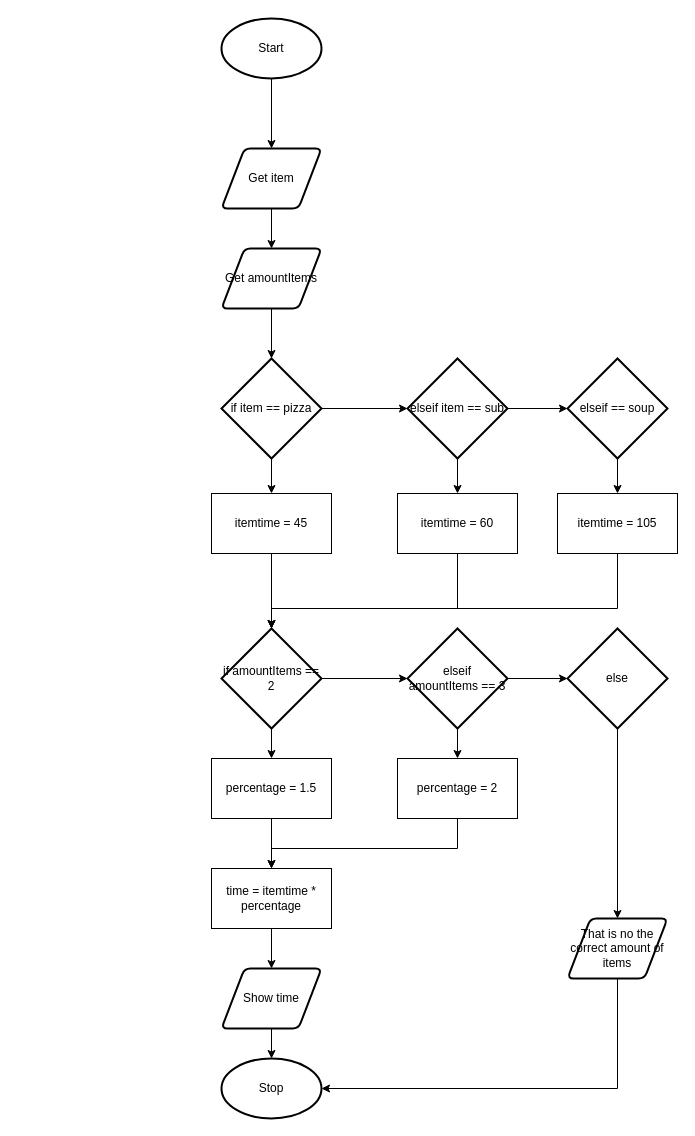
Before: design/flowchart.drawio in michael-clermont1/ics4u-unit1-03-typescript, a draw.io diagram. Source tidied: cells renumbered, new cells numbered last; positions are measured from the earlier drawing's top-left corner, leaving out a move shared by most shapes. Both pictures are drawn from the tidied source at 100%, with x=0, y=0 at pixel (211, 18).
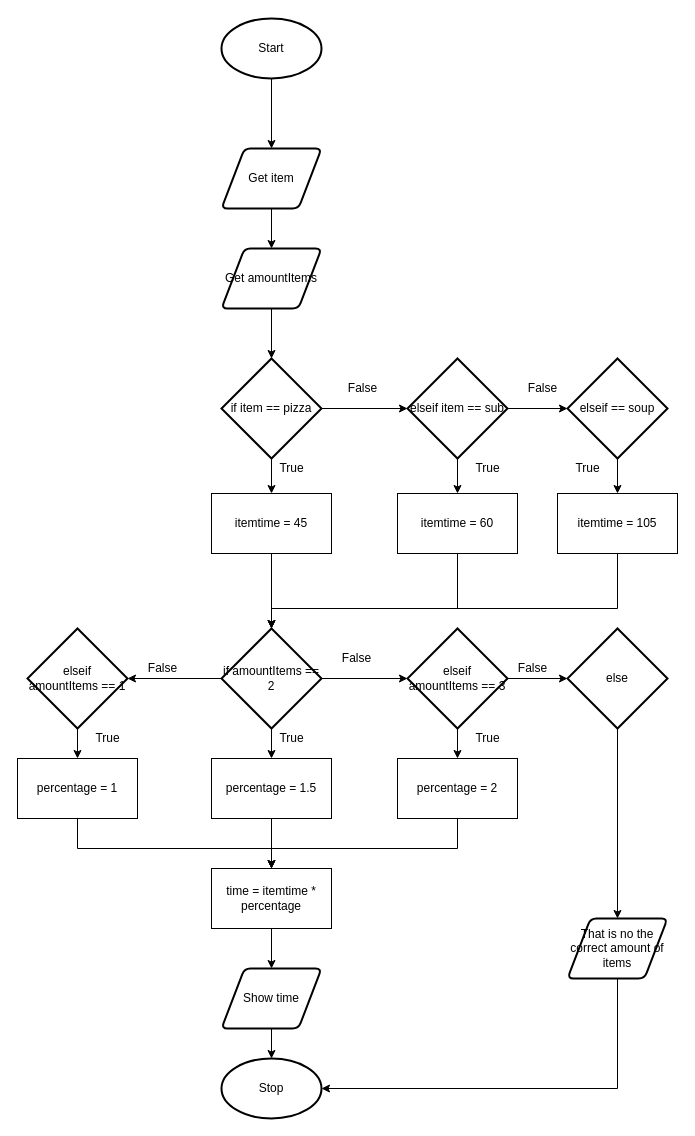
The same diagram, later.

Unchanged cells that the change refers to:
```xml
<mxCell id="10" value="if item == pizza" style="strokeWidth=2;html=1;shape=mxgraph.flowchart.decision;whiteSpace=wrap;" parent="1" vertex="1">
  <mxGeometry x="10" y="340" width="100" height="100" as="geometry" />
</mxCell>
<mxCell id="12" value="itemtime = 45" style="rounded=0;whiteSpace=wrap;html=1;" parent="1" vertex="1">
  <mxGeometry y="475" width="120" height="60" as="geometry" />
</mxCell>
<mxCell id="24" value="if amountItems == 2" style="strokeWidth=2;html=1;shape=mxgraph.flowchart.decision;whiteSpace=wrap;" parent="1" vertex="1">
  <mxGeometry x="10" y="610" width="100" height="100" as="geometry" />
</mxCell>
<mxCell id="35" value="time = itemtime * percentage" style="rounded=0;whiteSpace=wrap;html=1;" parent="1" vertex="1">
  <mxGeometry y="850" width="120" height="60" as="geometry" />
</mxCell>
```

What changed in the source:
```diff
@@
+    <mxCell id="9" style="edgeStyle=orthogonalEdgeStyle;rounded=0;html=1;entryX=0.5;entryY=0;entryDx=0;entryDy=0;" parent="1" edge="1" source="10" target="12">
+      <mxGeometry relative="1" as="geometry" />
+    </mxCell>
@@
-    <mxCell id="9" style="edgeStyle=orthogonalEdgeStyle;rounded=0;html=1;entryX=0.5;entryY=0;entryDx=0;entryDy=0;" parent="1" edge="1" source="10" target="12">
-      <mxGeometry relative="1" as="geometry" />
-    </mxCell>
@@
+    <mxCell id="41" style="edgeStyle=none;html=1;entryX=1;entryY=0.5;entryDx=0;entryDy=0;entryPerimeter=0;" parent="1" edge="1" source="24" target="43">
+      <mxGeometry relative="1" as="geometry" />
+    </mxCell>
@@
+    <mxCell id="42" style="edgeStyle=none;html=1;entryX=0.5;entryY=0;entryDx=0;entryDy=0;" parent="1" edge="1" source="43" target="45">
+      <mxGeometry relative="1" as="geometry" />
+    </mxCell>
+    <mxCell id="43" value="elseif amountItems == 1" style="strokeWidth=2;html=1;shape=mxgraph.flowchart.decision;whiteSpace=wrap;" parent="1" vertex="1">
+      <mxGeometry x="-184" y="610" width="100" height="100" as="geometry" />
+    </mxCell>
+    <mxCell id="44" style="edgeStyle=orthogonalEdgeStyle;html=1;entryX=0.5;entryY=0;entryDx=0;entryDy=0;rounded=0;" parent="1" edge="1" source="45" target="35">
+      <mxGeometry relative="1" as="geometry">
+        <Array as="points">
+          <mxPoint x="-134" y="830" />
+          <mxPoint x="60" y="830" />
+        </Array>
+      </mxGeometry>
+    </mxCell>
+    <mxCell id="45" value="percentage = 1" style="rounded=0;whiteSpace=wrap;html=1;" parent="1" vertex="1">
+      <mxGeometry x="-194" y="740" width="120" height="60" as="geometry" />
+    </mxCell>
+    <mxCell id="46" value="True" style="text;html=1;align=center;verticalAlign=middle;strokeColor=none;fillColor=none;" parent="1" vertex="1">
+      <mxGeometry x="60" y="440" width="40" height="20" as="geometry" />
+    </mxCell>
+    <mxCell id="47" value="True" style="text;html=1;align=center;verticalAlign=middle;strokeColor=none;fillColor=none;" parent="1" vertex="1">
+      <mxGeometry x="256" y="440" width="40" height="20" as="geometry" />
+    </mxCell>
+    <mxCell id="48" value="True" style="text;html=1;align=center;verticalAlign=middle;strokeColor=none;fillColor=none;" parent="1" vertex="1">
+      <mxGeometry x="356" y="440" width="40" height="20" as="geometry" />
+    </mxCell>
+    <mxCell id="49" value="True" style="text;html=1;align=center;verticalAlign=middle;strokeColor=none;fillColor=none;" parent="1" vertex="1">
+      <mxGeometry x="256" y="710" width="40" height="20" as="geometry" />
+    </mxCell>
+    <mxCell id="50" value="True" style="text;html=1;align=center;verticalAlign=middle;strokeColor=none;fillColor=none;" parent="1" vertex="1">
+      <mxGeometry x="60" y="710" width="40" height="20" as="geometry" />
+    </mxCell>
+    <mxCell id="51" value="True" style="text;html=1;align=center;verticalAlign=middle;strokeColor=none;fillColor=none;" parent="1" vertex="1">
+      <mxGeometry x="-124" y="710" width="40" height="20" as="geometry" />
+    </mxCell>
+    <mxCell id="52" value="False" style="text;html=1;align=center;verticalAlign=middle;strokeColor=none;fillColor=none;" parent="1" vertex="1">
+      <mxGeometry x="-74" y="640" width="50" height="20" as="geometry" />
+    </mxCell>
+    <mxCell id="53" value="False" style="text;html=1;align=center;verticalAlign=middle;strokeColor=none;fillColor=none;" parent="1" vertex="1">
+      <mxGeometry x="296" y="640" width="50" height="20" as="geometry" />
+    </mxCell>
+    <mxCell id="54" value="False" style="text;html=1;align=center;verticalAlign=middle;strokeColor=none;fillColor=none;" parent="1" vertex="1">
+      <mxGeometry x="306" y="360" width="50" height="20" as="geometry" />
+    </mxCell>
+    <mxCell id="55" value="False" style="text;html=1;align=center;verticalAlign=middle;strokeColor=none;fillColor=none;" parent="1" vertex="1">
+      <mxGeometry x="126" y="360" width="50" height="20" as="geometry" />
+    </mxCell>
+    <mxCell id="56" value="False" style="text;html=1;align=center;verticalAlign=middle;strokeColor=none;fillColor=none;" parent="1" vertex="1">
+      <mxGeometry x="120" y="630" width="50" height="20" as="geometry" />
+    </mxCell>
```
